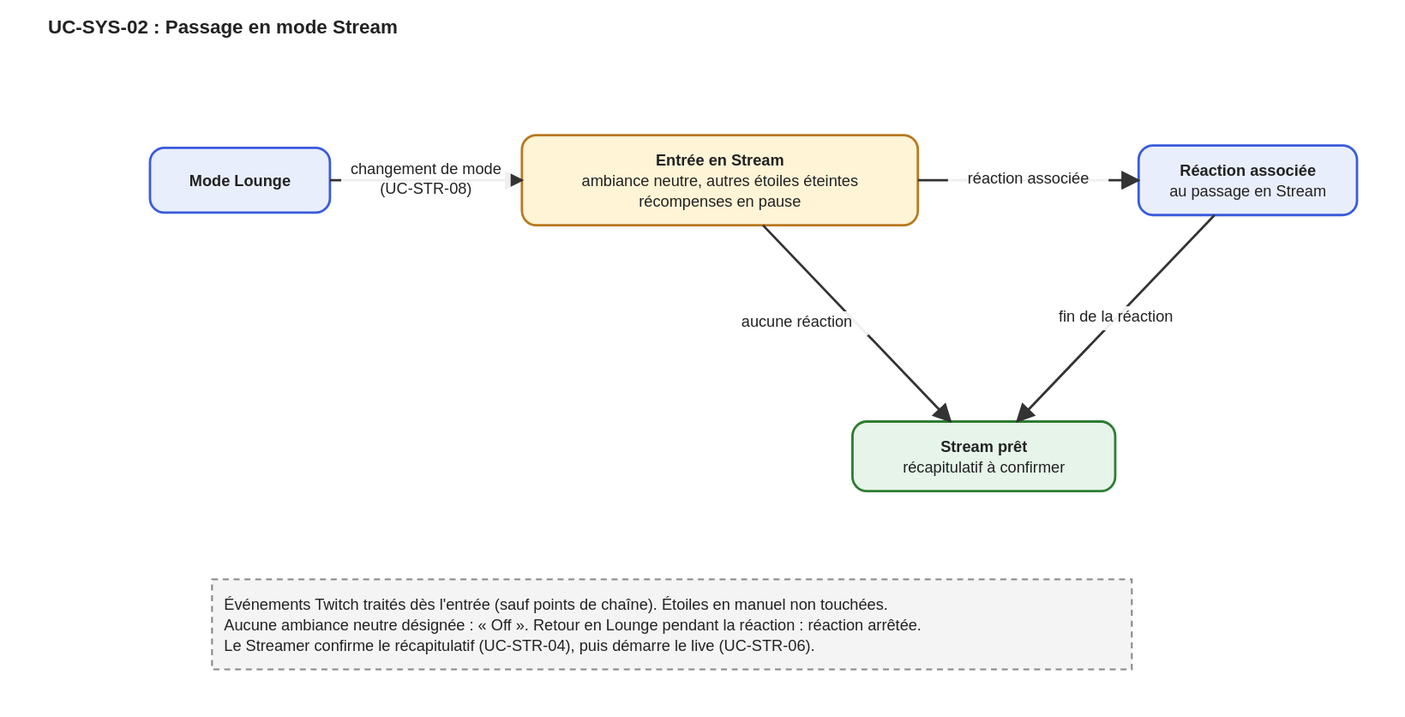
This is docs/01-besoin/cas-d-usage/UC-SYS-02.drawio.svg from Has-san/Starlight, a draw.io export, as it was before one commit. Source tidied: cells renumbered, new cells last; positions are measured from the earlier drawing's top-left corner, leaving out a move shared by most shapes. Source of this version:
```xml
<mxGraphModel>
  <root>
    <mxCell id="0" />
    <mxCell id="1" parent="0" />
    <mxCell id="2" value="Mode Lounge" style="rounded=1;whiteSpace=wrap;html=1;fillColor=#e8eefc;strokeColor=#3b5bdb;strokeWidth=2;fontSize=13;" parent="1" vertex="1">
      <mxGeometry y="11" width="150" height="54" as="geometry" />
    </mxCell>
    <mxCell id="3" value="Entrée en Stream&lt;br&gt;ambiance neutre, autres étoiles éteintes&lt;br&gt;récompenses en pause" style="rounded=1;whiteSpace=wrap;html=1;fillColor=#fff4d6;strokeColor=#b7791f;strokeWidth=2;fontSize=13;" parent="1" vertex="1">
      <mxGeometry x="310" y="0.5" width="330" height="75" as="geometry" />
    </mxCell>
    <mxCell id="4" value="Réaction associée&lt;br&gt;au passage en Stream" style="rounded=1;whiteSpace=wrap;html=1;fillColor=#e8eefc;strokeColor=#3b5bdb;strokeWidth=2;fontSize=13;" parent="1" vertex="1">
      <mxGeometry x="824" y="9" width="182" height="58" as="geometry" />
    </mxCell>
    <mxCell id="5" value="Stream prêt&lt;br&gt;récapitulatif à confirmer" style="rounded=1;whiteSpace=wrap;html=1;fillColor=#e6f4ea;strokeColor=#2e7d32;strokeWidth=2;fontSize=13;" parent="1" vertex="1">
      <mxGeometry x="585.5" y="239" width="219" height="58" as="geometry" />
    </mxCell>
    <mxCell id="6" value="Événements Twitch traités dès l'entrée (sauf points de chaîne). Étoiles en manuel non touchées.&lt;br&gt;Aucune ambiance neutre désignée : « Off ». Retour en Lounge pendant la réaction : réaction arrêtée.&lt;br&gt;Le Streamer confirme le récapitulatif (UC-STR-04), puis démarre le live (UC-STR-06)." style="rounded=0;dashed=1;align=left;spacingLeft=8;whiteSpace=wrap;html=1;fillColor=#f4f4f4;strokeColor=#888888;strokeWidth=2;fontSize=13;" parent="1" vertex="1">
      <mxGeometry x="51.7" y="370.5" width="766.6" height="75" as="geometry" />
    </mxCell>
    <mxCell id="7" value="changement de mode&lt;br&gt;(UC-STR-08)" style="edgeStyle=none;html=1;endArrow=block;strokeWidth=2;fontSize=13;labelBackgroundColor=#ffffff;" parent="1" edge="1" source="2" target="3">
      <mxGeometry relative="1" as="geometry" />
    </mxCell>
    <mxCell id="8" value="réaction associée" style="edgeStyle=none;html=1;endArrow=block;strokeWidth=2;fontSize=13;labelBackgroundColor=#ffffff;" parent="1" edge="1" source="3" target="4">
      <mxGeometry relative="1" as="geometry" />
    </mxCell>
    <mxCell id="9" value="fin de la réaction" style="edgeStyle=none;html=1;endArrow=block;strokeWidth=2;fontSize=13;labelBackgroundColor=#ffffff;" parent="1" edge="1" source="4" target="5">
      <mxGeometry relative="1" as="geometry" />
    </mxCell>
    <mxCell id="10" value="aucune réaction" style="edgeStyle=none;html=1;endArrow=block;strokeWidth=2;fontSize=13;labelBackgroundColor=#ffffff;" parent="1" edge="1" source="3" target="5">
      <mxGeometry relative="1" as="geometry" />
    </mxCell>
  </root>
</mxGraphModel>
```
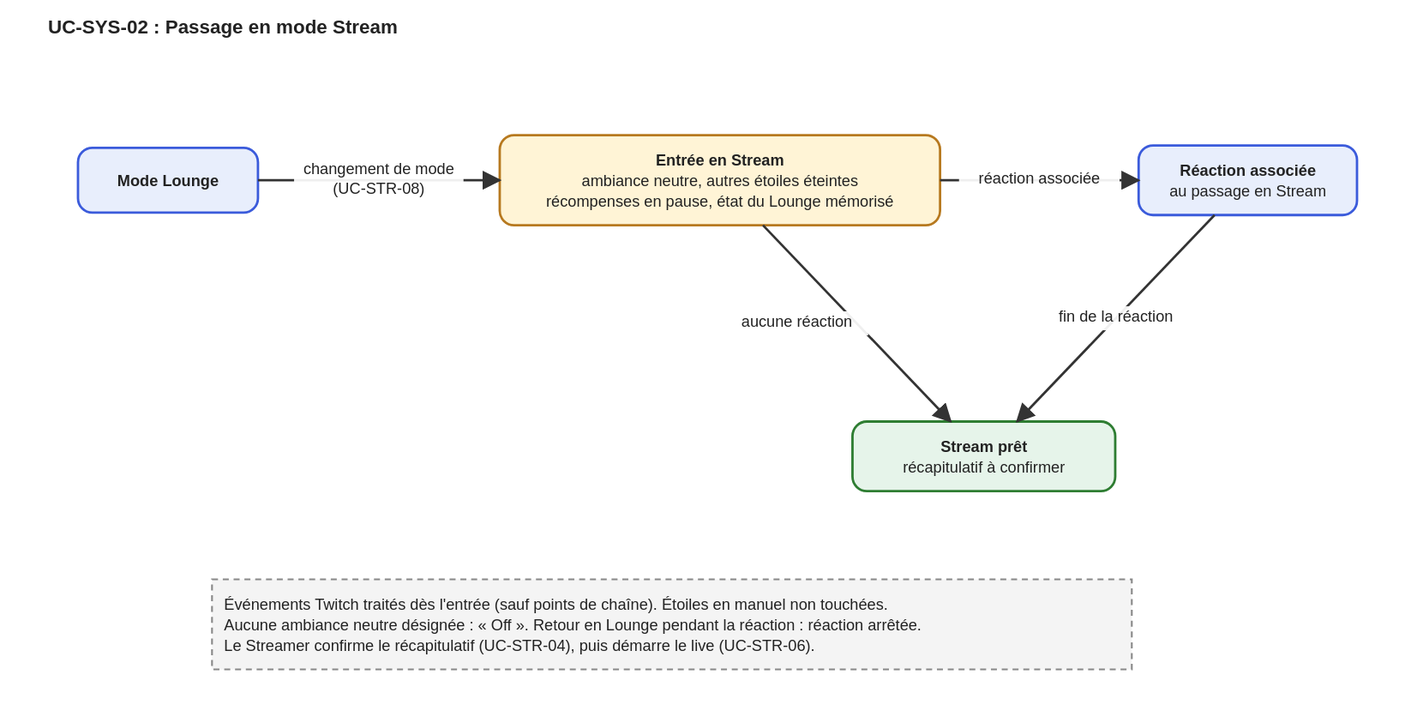
The same file after the commit.

Commit message:
docs: mémoriser l'état exact du Lounge à l'entrée en Stream (UC-SYS-02, UC-SYS-03)

Diff of the diagram source:
```diff
@@ -3,10 +3,10 @@
     <mxCell id="0" />
     <mxCell id="1" parent="0" />
     <mxCell id="2" value="Mode Lounge" style="rounded=1;whiteSpace=wrap;html=1;fillColor=#e8eefc;strokeColor=#3b5bdb;strokeWidth=2;fontSize=13;" parent="1" vertex="1">
-      <mxGeometry y="11" width="150" height="54" as="geometry" />
+      <mxGeometry x="-60" y="11" width="150" height="54" as="geometry" />
     </mxCell>
-    <mxCell id="3" value="Entrée en Stream&lt;br&gt;ambiance neutre, autres étoiles éteintes&lt;br&gt;récompenses en pause" style="rounded=1;whiteSpace=wrap;html=1;fillColor=#fff4d6;strokeColor=#b7791f;strokeWidth=2;fontSize=13;" parent="1" vertex="1">
-      <mxGeometry x="310" y="0.5" width="330" height="75" as="geometry" />
+    <mxCell id="3" value="Entrée en Stream&lt;br&gt;ambiance neutre, autres étoiles éteintes&lt;br&gt;récompenses en pause, état du Lounge mémorisé" style="rounded=1;whiteSpace=wrap;html=1;fillColor=#fff4d6;strokeColor=#b7791f;strokeWidth=2;fontSize=13;" parent="1" vertex="1">
+      <mxGeometry x="291.5" y="0.5" width="367" height="75" as="geometry" />
     </mxCell>
     <mxCell id="4" value="Réaction associée&lt;br&gt;au passage en Stream" style="rounded=1;whiteSpace=wrap;html=1;fillColor=#e8eefc;strokeColor=#3b5bdb;strokeWidth=2;fontSize=13;" parent="1" vertex="1">
       <mxGeometry x="824" y="9" width="182" height="58" as="geometry" />
```
